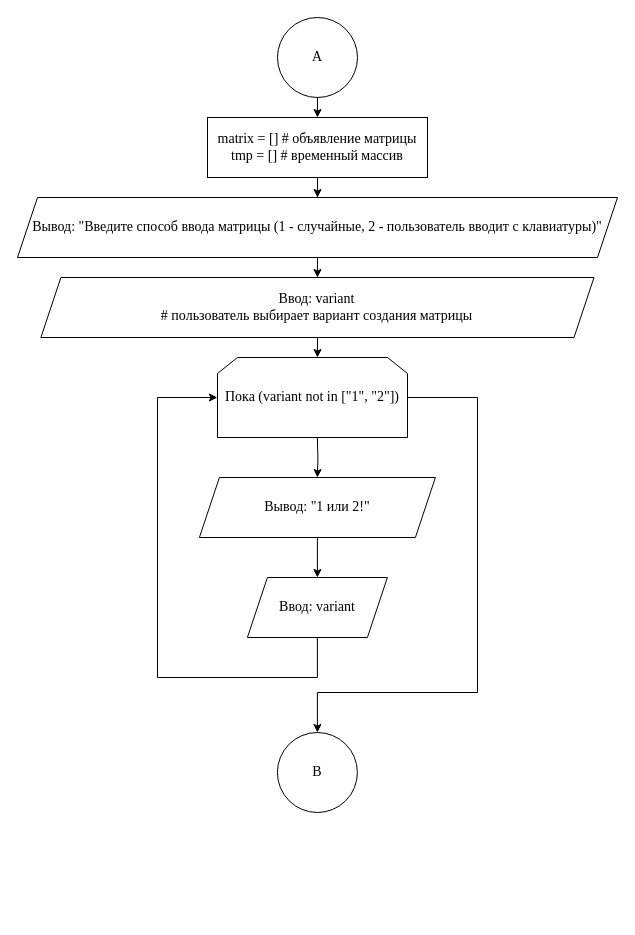
Before: page "Страница 2" (2 of 9) of 1 курс/1 семестр/Информатика/Практические работы/12/Диаграмма 12.drawio in Kirill010/RTU-MIREA, a draw.io diagram. Source tidied: cells renumbered, new cells numbered last; positions are measured from the earlier drawing's top-left corner, leaving out a move shared by most shapes. Both pictures are drawn from the tidied source at 100%, with x=0, y=0 at pixel (17, 17).
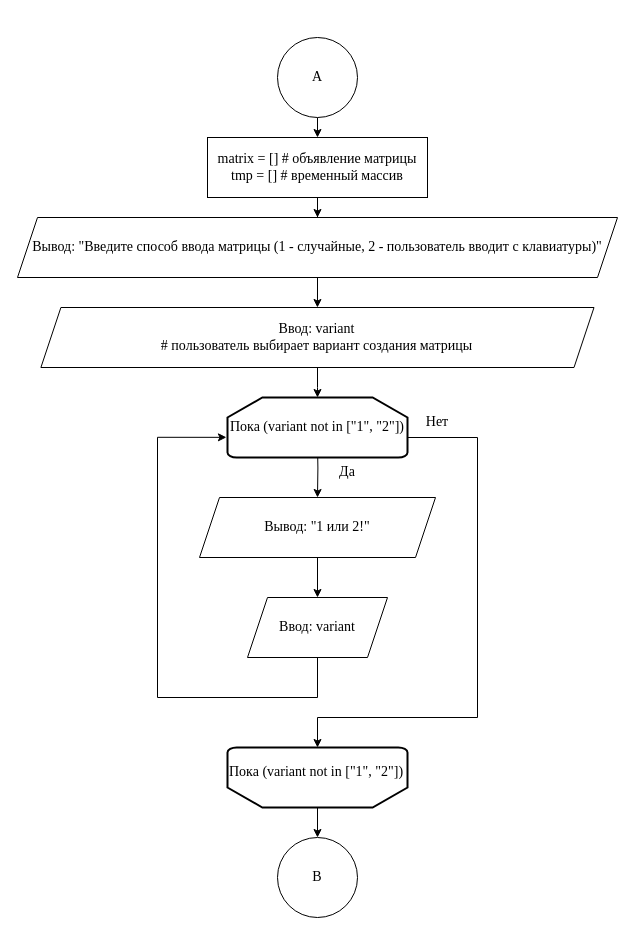
The same diagram, later.

What changed in the source:
```diff
@@
     <mxCell id="2" style="edgeStyle=orthogonalEdgeStyle;rounded=0;jettySize=auto;html=1;fontFamily=Times New Roman;fontSize=14;" parent="1" edge="1" source="3">
       <mxGeometry relative="1" as="geometry">
-        <mxPoint x="300" y="100" as="targetPoint" />
+        <mxPoint x="300" y="120" as="targetPoint" />
       </mxGeometry>
     </mxCell>
     <mxCell id="3" value="A" style="ellipse;whiteSpace=wrap;html=1;fontFamily=Times New Roman;fontSize=14;" parent="1" vertex="1">
-      <mxGeometry x="260" width="80" height="80" as="geometry" />
+      <mxGeometry x="260" y="20" width="80" height="80" as="geometry" />
     </mxCell>
@@
     <mxCell id="5" value="matrix = [] # объявление матрицы&lt;br&gt;tmp = [] # временный массив" style="rounded=0;whiteSpace=wrap;html=1;fontFamily=Times New Roman;fontSize=14;" parent="1" vertex="1">
-      <mxGeometry x="190" y="100" width="220" height="60" as="geometry" />
+      <mxGeometry x="190" y="120" width="220" height="60" as="geometry" />
     </mxCell>
@@
     <mxCell id="7" value="Вывод: &quot;Введите способ ввода матрицы (1 - случайные, 2 - пользователь вводит с клавиатуры)&quot;" style="shape=parallelogram;perimeter=parallelogramPerimeter;whiteSpace=wrap;html=1;fixedSize=1;fontFamily=Times New Roman;fontSize=14;" parent="1" vertex="1">
-      <mxGeometry y="180" width="600" height="60" as="geometry" />
+      <mxGeometry y="200" width="600" height="60" as="geometry" />
     </mxCell>
-    <mxCell id="8" style="edgeStyle=orthogonalEdgeStyle;rounded=0;jettySize=auto;html=1;entryX=0.5;entryY=0;entryDx=0;entryDy=0;fontFamily=Times New Roman;fontSize=14;" parent="1" edge="1" source="9">
-      <mxGeometry relative="1" as="geometry">
-        <mxPoint x="299.9" y="340" as="targetPoint" />
-      </mxGeometry>
+    <mxCell id="8" style="edgeStyle=orthogonalEdgeStyle;rounded=0;jettySize=auto;html=1;entryX=0.5;entryY=0;entryDx=0;entryDy=0;fontFamily=Times New Roman;fontSize=14;entryPerimeter=0;" parent="1" edge="1" source="9" target="18">
+      <mxGeometry relative="1" as="geometry" />
     </mxCell>
     <mxCell id="9" value="Ввод: variant&lt;br&gt;# пользователь выбирает вариант создания матрицы" style="shape=parallelogram;perimeter=parallelogramPerimeter;whiteSpace=wrap;html=1;fixedSize=1;fontFamily=Times New Roman;fontSize=14;" parent="1" vertex="1">
-      <mxGeometry x="23.4" y="260" width="553.1" height="60" as="geometry" />
+      <mxGeometry x="23.4" y="290" width="553.1" height="60" as="geometry" />
     </mxCell>
@@
-    <mxCell id="11" style="edgeStyle=orthogonalEdgeStyle;rounded=0;jettySize=auto;html=1;fontFamily=Times New Roman;fontSize=14;entryX=0.5;entryY=0;entryDx=0;entryDy=0;exitX=1;exitY=0.5;exitDx=0;exitDy=0;" parent="1" edge="1" source="17" target="16">
+    <mxCell id="11" style="edgeStyle=orthogonalEdgeStyle;rounded=0;orthogonalLoop=1;jettySize=auto;html=1;fontFamily=Times New Roman;fontSize=14;" parent="1" edge="1">
       <mxGeometry relative="1" as="geometry">
+        <mxPoint x="390" y="400" as="sourcePoint" />
+        <mxPoint x="300" y="730" as="targetPoint" />
         <Array as="points">
-          <mxPoint x="460" y="380" />
-          <mxPoint x="460" y="675" />
-          <mxPoint x="300" y="675" />
+          <mxPoint x="390" y="420" />
+          <mxPoint x="460" y="420" />
+          <mxPoint x="460" y="700" />
+          <mxPoint x="300" y="700" />
         </Array>
       </mxGeometry>
     </mxCell>
@@
     <mxCell id="13" value="Вывод: &quot;1 или 2!&quot;" style="shape=parallelogram;perimeter=parallelogramPerimeter;whiteSpace=wrap;html=1;fixedSize=1;fontFamily=Times New Roman;fontSize=14;" parent="1" vertex="1">
-      <mxGeometry x="181.9" y="460" width="236" height="60" as="geometry" />
+      <mxGeometry x="182" y="480" width="236" height="60" as="geometry" />
     </mxCell>
-    <mxCell id="14" style="edgeStyle=orthogonalEdgeStyle;rounded=0;jettySize=auto;html=1;exitX=0.5;exitY=1;exitDx=0;exitDy=0;fontFamily=Times New Roman;fontSize=14;entryX=0;entryY=0.5;entryDx=0;entryDy=0;" parent="1" edge="1" source="15">
+    <mxCell id="14" style="edgeStyle=orthogonalEdgeStyle;rounded=0;jettySize=auto;html=1;exitX=0.5;exitY=1;exitDx=0;exitDy=0;fontFamily=Times New Roman;fontSize=14;entryX=-0.006;entryY=0.664;entryDx=0;entryDy=0;entryPerimeter=0;" parent="1" edge="1" source="15" target="18">
       <mxGeometry relative="1" as="geometry">
-        <mxPoint x="199.9" y="380" as="targetPoint" />
         <Array as="points">
-          <mxPoint x="300" y="660" />
-          <mxPoint x="140" y="660" />
-          <mxPoint x="140" y="380" />
+          <mxPoint x="300" y="680" />
+          <mxPoint x="140" y="680" />
+          <mxPoint x="140" y="420" />
         </Array>
       </mxGeometry>
     </mxCell>
     <mxCell id="15" value="Ввод: variant" style="shape=parallelogram;perimeter=parallelogramPerimeter;whiteSpace=wrap;html=1;fixedSize=1;fontFamily=Times New Roman;fontSize=14;" parent="1" vertex="1">
-      <mxGeometry x="229.9" y="560" width="140" height="60" as="geometry" />
+      <mxGeometry x="230" y="580" width="140" height="60" as="geometry" />
     </mxCell>
+    <mxCell id="18" value="Пока (variant not in [&quot;1&quot;, &quot;2&quot;])" style="strokeWidth=2;html=1;shape=mxgraph.flowchart.loop_limit;whiteSpace=wrap;fontFamily=Times New Roman;fontSize=14;" parent="1" vertex="1">
+      <mxGeometry x="210" y="380" width="180" height="60" as="geometry" />
+    </mxCell>
+    <mxCell id="19" style="edgeStyle=orthogonalEdgeStyle;rounded=0;jettySize=auto;html=1;entryX=0.5;entryY=0;entryDx=0;entryDy=0;fontFamily=Times New Roman;fontSize=14;" parent="1" edge="1" source="20" target="16">
+      <mxGeometry relative="1" as="geometry" />
+    </mxCell>
+    <mxCell id="20" style="strokeWidth=2;html=1;shape=mxgraph.flowchart.loop_limit;whiteSpace=wrap;fontFamily=Times New Roman;fontSize=14;rotation=-180;" parent="1" vertex="1">
+      <mxGeometry x="210" y="730" width="180" height="60" as="geometry" />
+    </mxCell>
     <mxCell id="16" value="B" style="ellipse;whiteSpace=wrap;html=1;fontFamily=Times New Roman;fontSize=14;" parent="1" vertex="1">
-      <mxGeometry x="259.9" y="715" width="80" height="80" as="geometry" />
+      <mxGeometry x="260" y="820" width="80" height="80" as="geometry" />
     </mxCell>
-    <mxCell id="17" value="&lt;span style=&quot;font-family: &amp;quot;Times New Roman&amp;quot;; font-size: 14px;&quot;&gt;Пока (variant not in [&quot;1&quot;, &quot;2&quot;])&lt;/span&gt;" style="shape=loopLimit;whiteSpace=wrap;html=1;" parent="1" vertex="1">
-      <mxGeometry x="200" y="340" width="190" height="80" as="geometry" />
-    </mxCell>
+    <mxCell id="21" value="&lt;span style=&quot;text-align: center; background-color: rgb(255, 255, 255);&quot;&gt;Пока (variant not in [&quot;1&quot;, &quot;2&quot;])&lt;/span&gt;" style="text;whiteSpace=wrap;html=1;fontSize=14;fontFamily=Times New Roman;" parent="1" vertex="1">
+      <mxGeometry x="210" y="740" width="180" height="40" as="geometry" />
+    </mxCell>
+    <mxCell id="22" value="&lt;font style=&quot;font-size: 14px;&quot; face=&quot;Times New Roman&quot;&gt;Да&lt;br&gt;&lt;/font&gt;" style="text;html=1;strokeColor=none;fillColor=none;align=center;verticalAlign=middle;whiteSpace=wrap;rounded=0;" parent="1" vertex="1">
+      <mxGeometry x="300" y="440" width="60" height="30" as="geometry" />
+    </mxCell>
+    <mxCell id="23" value="&lt;font style=&quot;font-size: 14px;&quot; face=&quot;Times New Roman&quot;&gt;Нет&lt;br&gt;&lt;/font&gt;" style="text;html=1;strokeColor=none;fillColor=none;align=center;verticalAlign=middle;whiteSpace=wrap;rounded=0;" parent="1" vertex="1">
+      <mxGeometry x="390" y="390" width="60" height="30" as="geometry" />
+    </mxCell>
```
